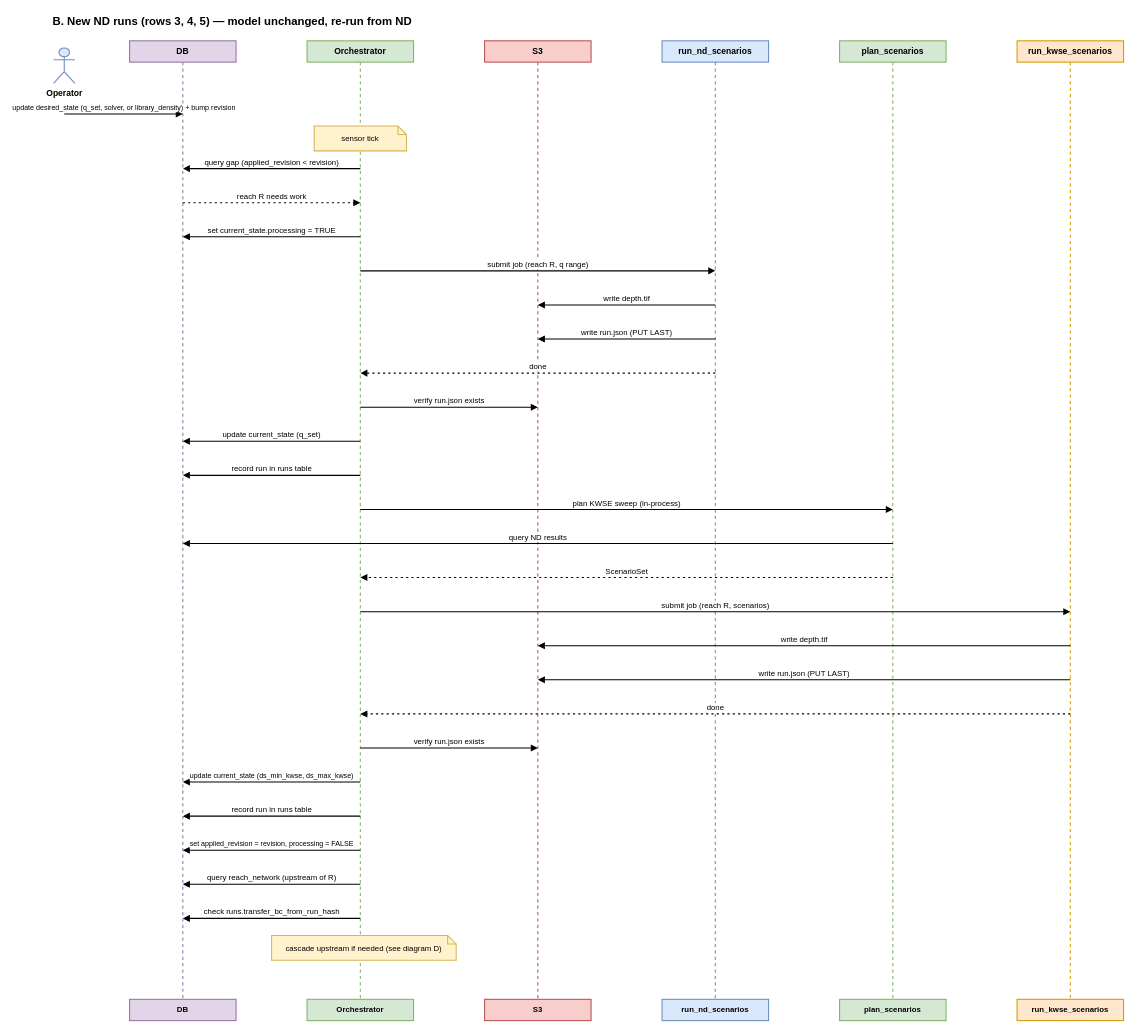
This is page "B-new-nd-runs" (2 of 4) of system-design/trigger-sequence-diagrams.drawio from NGWPC/twod-fim-knowledge-base, a draw.io file, before an edit. Source tidied: cells renumbered, new cells numbered last; positions are measured from the earlier drawing's top-left corner, leaving out a move shared by most shapes. Both pictures are drawn from the tidied source at 71%, with x=0, y=0 at pixel (51, 12).
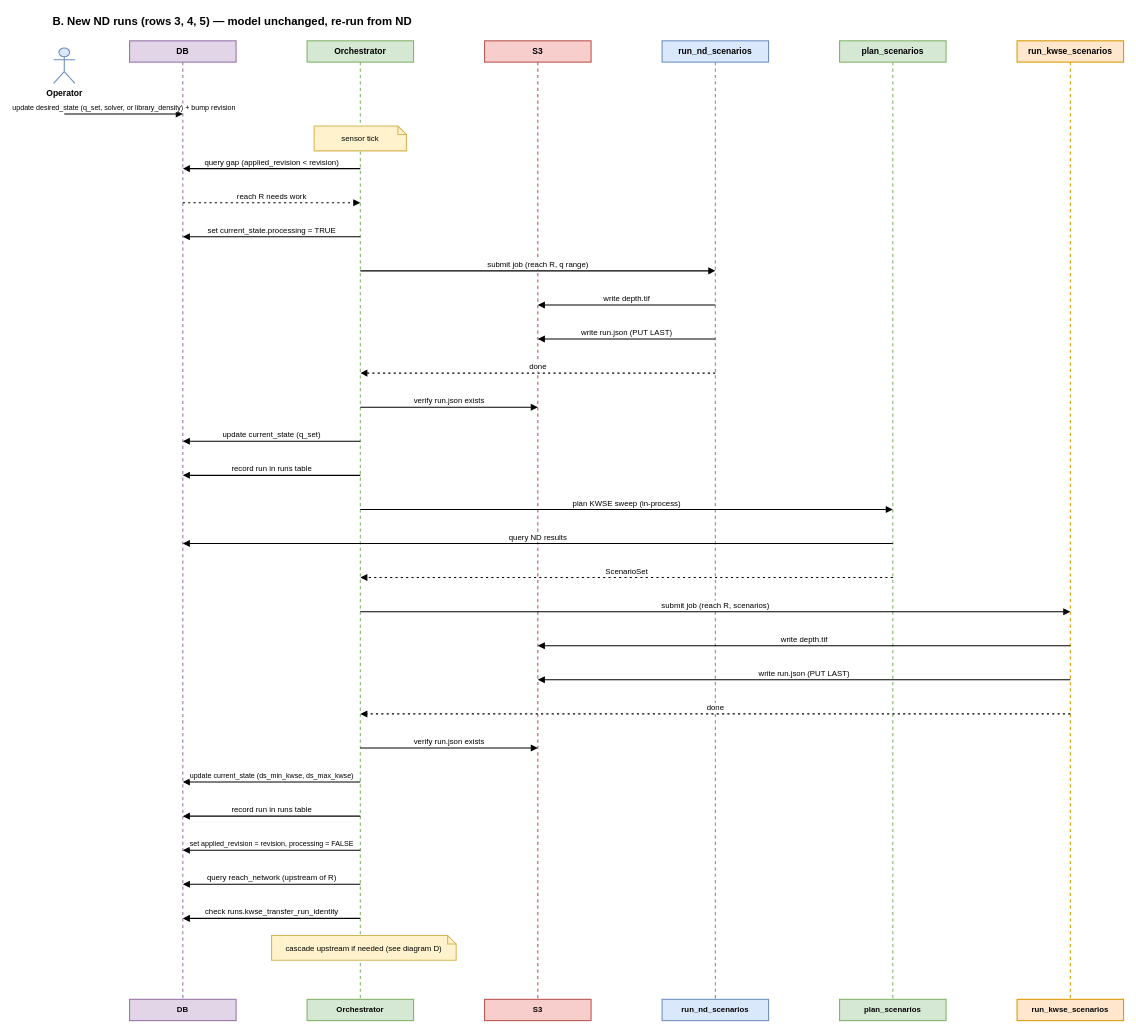
After the change.

Diff of the diagram source:
```diff
@@
-    <mxCell id="34" value="check runs.transfer_bc_from_run_hash" style="html=1;verticalAlign=bottom;startArrow=none;endArrow=block;rounded=0;strokeWidth=1.5;" parent="1" edge="1">
+    <mxCell id="34" value="check runs.kwse_transfer_run_identity" style="html=1;verticalAlign=bottom;startArrow=none;endArrow=block;rounded=0;strokeWidth=1.5;" parent="1" edge="1">
       <mxGeometry relative="1" as="geometry">
         <mxPoint x="435" y="1276" as="sourcePoint" />
         <mxPoint x="185" y="1276" as="targetPoint" />
       </mxGeometry>
     </mxCell>
```
